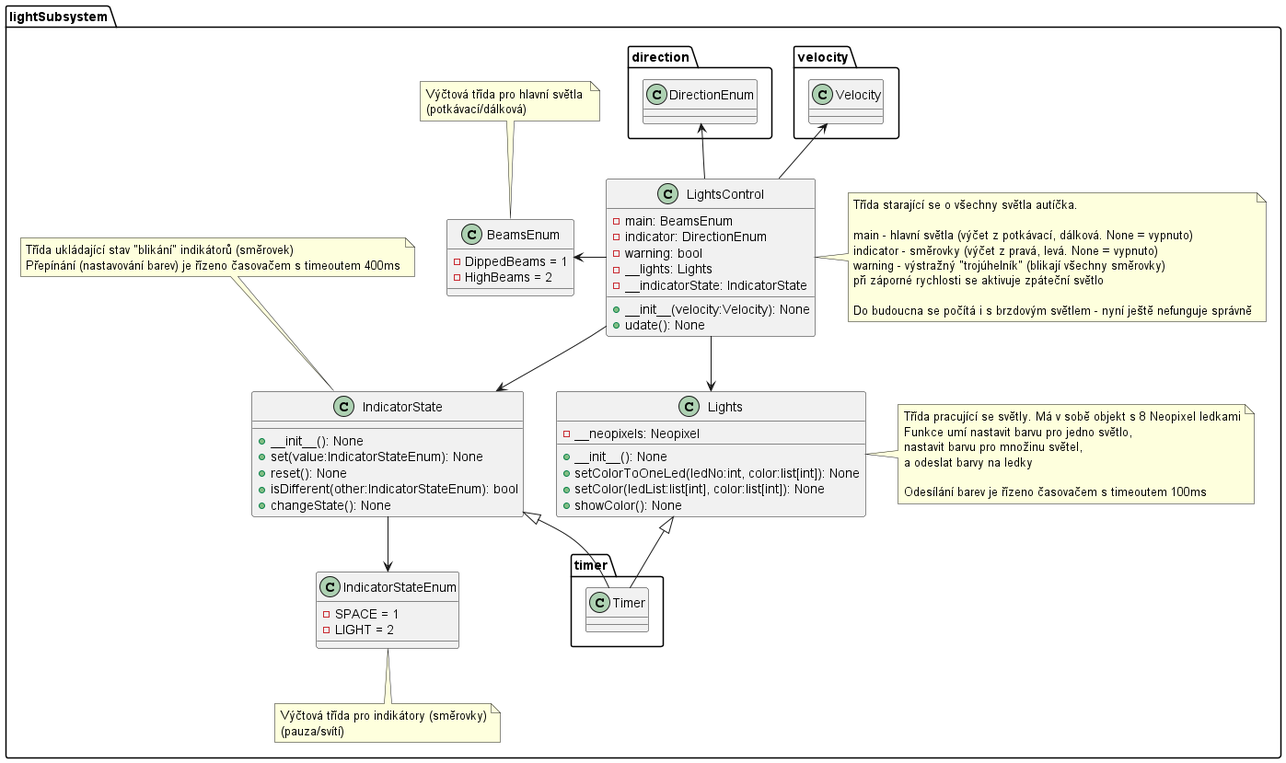
JanChaloupek/robot-programming2 keeps this PlantUML diagram as doc/lightSubsystem.png. Above is the earlier version. Source of this version:
```plantuml
@startuml lightSubsystem

namespace lightSubsystem {
    class IndicatorStateEnum {
        - SPACE = 1
        - LIGHT = 2
    }
    note bottom of IndicatorStateEnum
       Výčtová třída pro indikátory (směrovky)
       (pauza/svítí)
    end note

    class BeamsEnum {
        - DippedBeams = 1
        - HighBeams = 2
    }
    note top of BeamsEnum
       Výčtová třída pro hlavní světla
       (potkávací/dálková)
    end note

    class IndicatorState {
        + __init__(): None
        + set(value:IndicatorStateEnum): None
        + reset(): None
        + isDifferent(other:IndicatorStateEnum): bool
        + changeState(): None
    }
    note top of IndicatorState
       Třída ukládající stav "blikání" indikátorů (směrovek)
       Přepínání (nastavování barev) je řízeno časovačem s timeoutem 400ms
    end note

    class Lights {
        - __neopixels: Neopixel
        + __init__(): None
        + setColorToOneLed(ledNo:int, color:list[int]): None
        + setColor(ledList:list[int], color:list[int]): None
        + showColor(): None
    }
    note right of Lights
       Třída pracující se světly. Má v sobě objekt s 8 Neopixel ledkami
       Funkce umí nastavit barvu pro jedno světlo,
       nastavit barvu pro množinu světel,
       a odeslat barvy na ledky

       Odesílání barev je řízeno časovačem s timeoutem 100ms
    end note

    class LightsControl {
        - main: BeamsEnum
        - indicator: DirectionEnum
        - warning: bool
        - __lights: Lights
        - __indicatorState: IndicatorState
        + __init__(velocity:Velocity): None
        + udate(): None
    }
    note right of LightsControl
        Třída starající se o všechny světla autíčka.

        main - hlavní světla (výčet z potkávací, dálková. None = vypnuto)
        indicator - směrovky (výčet z pravá, levá. None = vypnuto)
        warning - výstražný "trojúhelník" (blikají všechny směrovky)
        při záporné rychlosti se aktivuje zpáteční světlo

        Do budoucna se počítá i s brzdovým světlem - nyní ještě nefunguje správně
    end note

    IndicatorState <|-- timer.Timer
    Lights <|-- timer.Timer
    IndicatorState -down-> IndicatorStateEnum
    LightsControl -down-> Lights
    LightsControl -down-> IndicatorState
    LightsControl -left-> BeamsEnum
    LightsControl -up-> velocity.Velocity
    LightsControl -up-> direction.DirectionEnum
}

@enduml
```
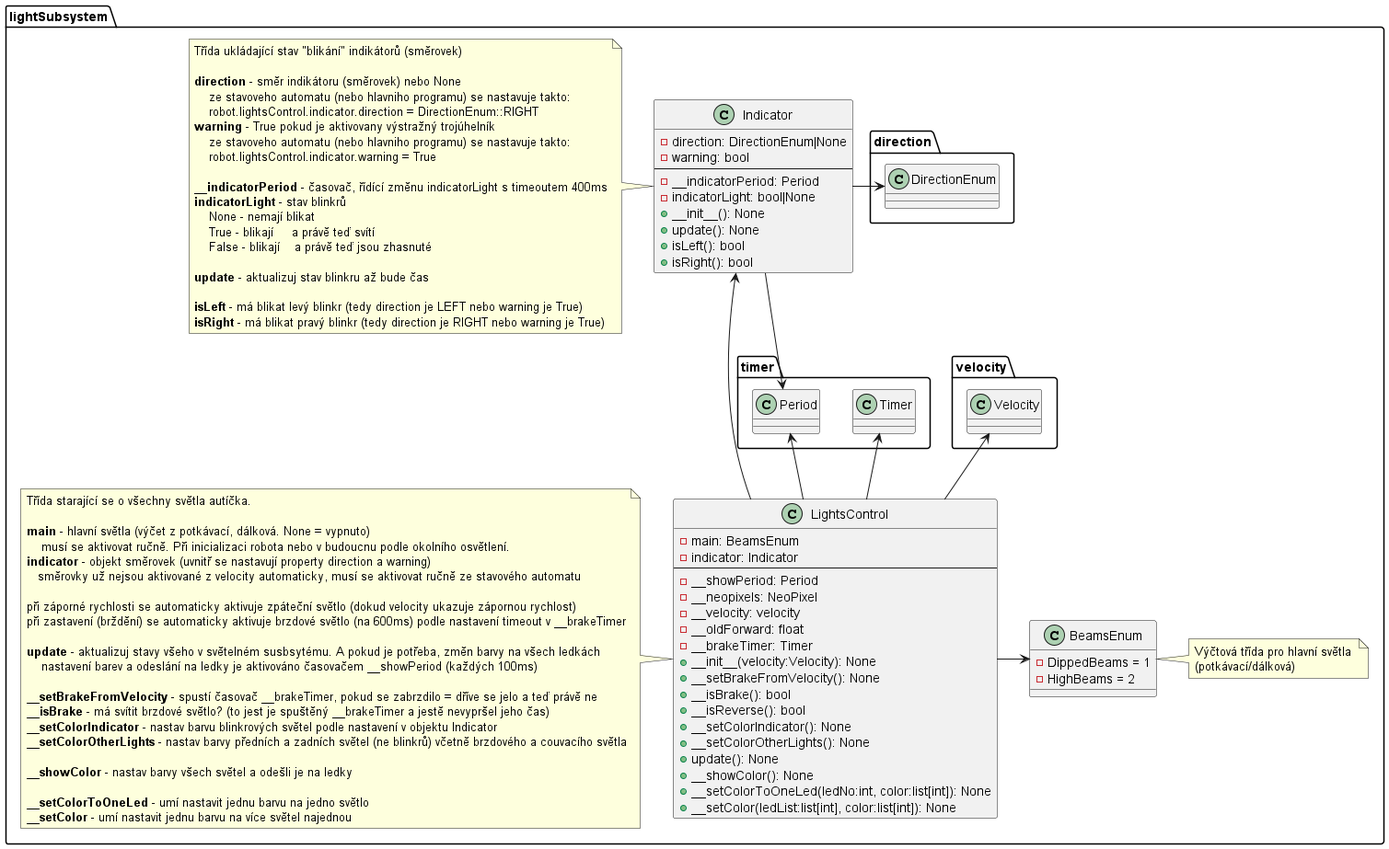
After the change.

What changed in the source:
```diff
@@ -1,80 +1,101 @@
 @startuml lightSubsystem
 
 namespace lightSubsystem {
-    class IndicatorStateEnum {
-        - SPACE = 1
-        - LIGHT = 2
-    }
-    note bottom of IndicatorStateEnum
-       Výčtová třída pro indikátory (směrovky)
-       (pauza/svítí)
-    end note
 
     class BeamsEnum {
         - DippedBeams = 1
         - HighBeams = 2
     }
-    note top of BeamsEnum
+    note right of BeamsEnum
        Výčtová třída pro hlavní světla
        (potkávací/dálková)
     end note
 
-    class IndicatorState {
+    class Indicator {
+        - direction: DirectionEnum|None
+        - warning: bool
+        ---
+        - __indicatorPeriod: Period
+        - indicatorLight: bool|None
         + __init__(): None
-        + set(value:IndicatorStateEnum): None
-        + reset(): None
-        + isDifferent(other:IndicatorStateEnum): bool
-        + changeState(): None
+        + update(): None
+        + isLeft(): bool
+        + isRight(): bool
     }
-    note top of IndicatorState
-       Třída ukládající stav "blikání" indikátorů (směrovek)
-       Přepínání (nastavování barev) je řízeno časovačem s timeoutem 400ms
-    end note
+    note left of Indicator
+        Třída ukládající stav "blikání" indikátorů (směrovek)
 
-    class Lights {
-        - __neopixels: Neopixel
-        + __init__(): None
-        + setColorToOneLed(ledNo:int, color:list[int]): None
-        + setColor(ledList:list[int], color:list[int]): None
-        + showColor(): None
-    }
-    note right of Lights
-       Třída pracující se světly. Má v sobě objekt s 8 Neopixel ledkami
-       Funkce umí nastavit barvu pro jedno světlo,
-       nastavit barvu pro množinu světel,
-       a odeslat barvy na ledky
+        <b>direction</b> - směr indikátoru (směrovek) nebo None
+            ze stavoveho automatu (nebo hlavniho programu) se nastavuje takto:
+            robot.lightsControl.indicator.direction = DirectionEnum::RIGHT
+        <b>warning</b> - True pokud je aktivovany výstražný trojúhelník
+            ze stavoveho automatu (nebo hlavniho programu) se nastavuje takto:
+            robot.lightsControl.indicator.warning = True
 
-       Odesílání barev je řízeno časovačem s timeoutem 100ms
+        <b>__indicatorPeriod</b> - časovač, řídící změnu indicatorLight s timeoutem 400ms
+        <b>indicatorLight</b> - stav blinkrů
+            None - nemají blikat
+            True - blikají     a právě teď svítí
+            False - blikají    a právě teď jsou zhasnuté
+
+        <b>update</b> - aktualizuj stav blinkru až bude čas
+
+        <b>isLeft</b> - má blikat levý blinkr (tedy direction je LEFT nebo warning je True)
+        <b>isRight</b> - má blikat pravý blinkr (tedy direction je RIGHT nebo warning je True)
     end note
 
     class LightsControl {
         - main: BeamsEnum
-        - indicator: DirectionEnum
-        - warning: bool
-        - __lights: Lights
-        - __indicatorState: IndicatorState
+        - indicator: Indicator
+        ---
+        - __showPeriod: Period
+        - __neopixels: NeoPixel
+        - __velocity: velocity
+        - __oldForward: float
+        - __brakeTimer: Timer
         + __init__(velocity:Velocity): None
-        + udate(): None
+        + __setBrakeFromVelocity(): None
+        + __isBrake(): bool
+        + __isReverse(): bool
+        + __setColorIndicator(): None
+        + __setColorOtherLights(): None
+        + update(): None
+        + __showColor(): None
+        + __setColorToOneLed(ledNo:int, color:list[int]): None
+        + __setColor(ledList:list[int], color:list[int]): None
     }
-    note right of LightsControl
+    note left of LightsControl
         Třída starající se o všechny světla autíčka.
 
-        main - hlavní světla (výčet z potkávací, dálková. None = vypnuto)
-        indicator - směrovky (výčet z pravá, levá. None = vypnuto)
-        warning - výstražný "trojúhelník" (blikají všechny směrovky)
-        při záporné rychlosti se aktivuje zpáteční světlo
+        <b>main</b> - hlavní světla (výčet z potkávací, dálková. None = vypnuto)
+            musí se aktivovat ručně. Při inicializaci robota nebo v budoucnu podle okolního osvětlení.
+        <b>indicator</b> - objekt směrovek (uvnitř se nastavují property direction a warning)
+           směrovky už nejsou aktivované z velocity automaticky, musí se aktivovat ručně ze stavového automatu
 
-        Do budoucna se počítá i s brzdovým světlem - nyní ještě nefunguje správně
+        při záporné rychlosti se automaticky aktivuje zpáteční světlo (dokud velocity ukazuje zápornou rychlost)
+        při zastavení (brždění) se automaticky aktivuje brzdové světlo (na 600ms) podle nastavení timeout v __brakeTimer
+
+        <b>update</b> - aktualizuj stavy všeho v světelném susbsytému. A pokud je potřeba, změn barvy na všech ledkách
+            nastavení barev a odeslání na ledky je aktivováno časovačem __showPeriod (každých 100ms)
+
+        <b>_</b><b>_setBrakeFromVelocity</b> - spustí časovač __brakeTimer, pokud se zabrzdilo = dříve se jelo a teď právě ne
+        <b>_</b><b>_isBrake</b> - má svítit brzdové světlo? (to jest je spuštěný __brakeTimer a jestě nevypršel jeho čas)
+        <b>_</b><b>_setColorIndicator</b> - nastav barvu blinkrových světel podle nastavení v objektu Indicator
+        <b>_</b><b>_setColorOtherLights</b> - nastav barvy předních a zadních světel (ne blinkrů) včetně brzdového a couvacího světla
+
+        <b>_</b><b>_showColor</b> - nastav barvy všech světel a odešli je na ledky
+
+        <b>_</b><b>_setColorToOneLed</b> - umí nastavit jednu barvu na jedno světlo
+        <b>_</b><b>_setColor</b> - umí nastavit jednu barvu na více světel najednou
     end note
 
-    IndicatorState <|-- timer.Timer
-    Lights <|-- timer.Timer
-    IndicatorState -down-> IndicatorStateEnum
-    LightsControl -down-> Lights
-    LightsControl -down-> IndicatorState
-    LightsControl -left-> BeamsEnum
+    Indicator -down-> timer.Period
+    Indicator -right-> direction.DirectionEnum
+    LightsControl -up-> Indicator
+    LightsControl -right-> BeamsEnum
     LightsControl -up-> velocity.Velocity
-    LightsControl -up-> direction.DirectionEnum
+    LightsControl -up-> timer.Period
+    LightsControl -up-> timer.Timer
 }
 
 @enduml
```
